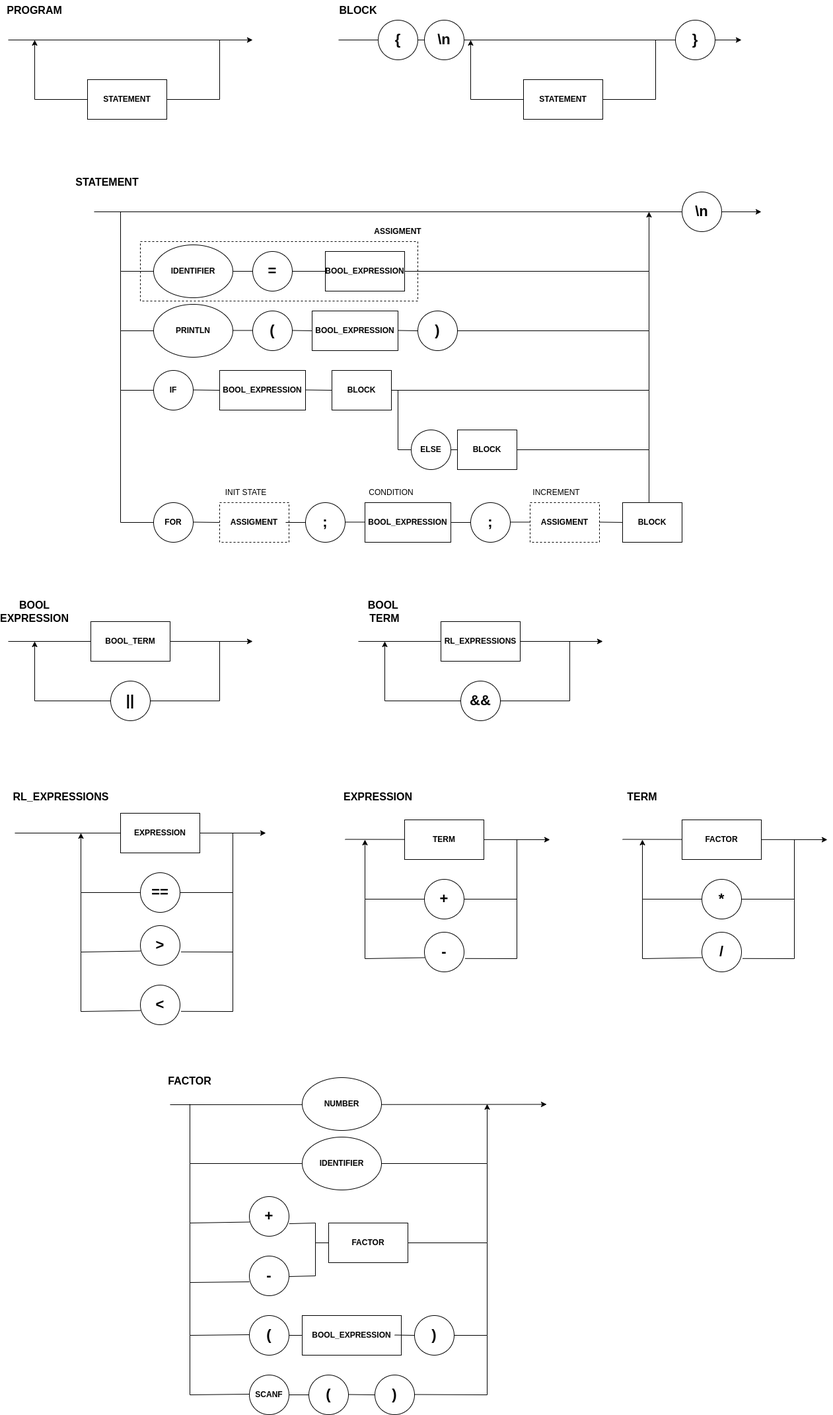
Before: Diagrama_v2-2.png, a diagram exported from draw.io (leticiacb1/Python-Compile-Go). Source tidied: cells renumbered, new cells last; positions are measured from the earlier drawing's top-left corner, leaving out a move shared by most shapes.
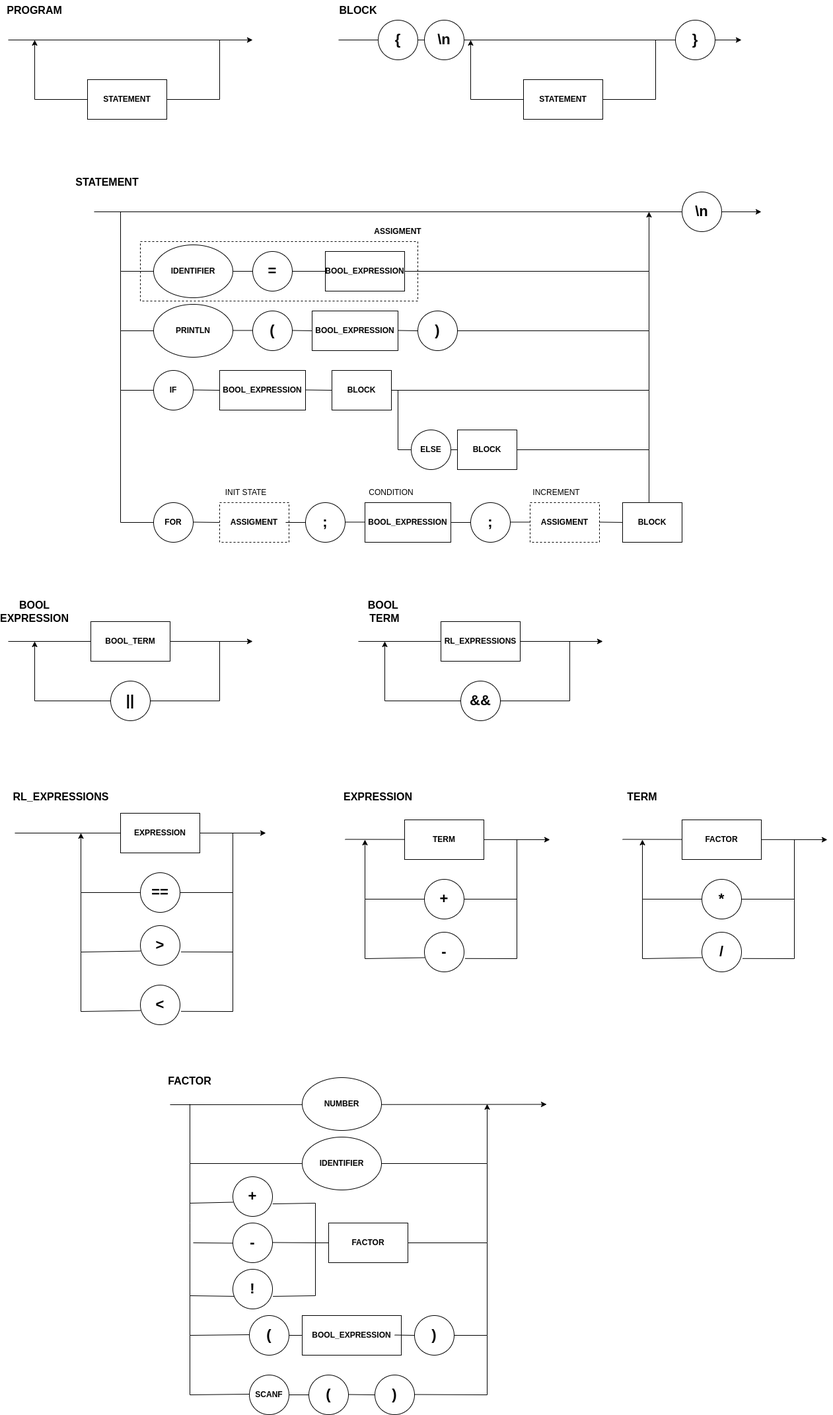
After the change.

Commit message:
Update test file compiler. Everything working.

Diff of the diagram source:
```diff
@@ -144,12 +144,13 @@
       <mxGeometry relative="1" as="geometry">
         <mxPoint x="275" y="1760" as="targetPoint" />
         <Array as="points">
+          <mxPoint x="275" y="1820" />
           <mxPoint x="275" y="1850" />
         </Array>
       </mxGeometry>
     </mxCell>
     <mxCell id="28" value="&lt;font style=&quot;font-size: 22px;&quot;&gt;&lt;b&gt;+&lt;/b&gt;&lt;/font&gt;" style="ellipse;whiteSpace=wrap;html=1;" parent="1" vertex="1">
-      <mxGeometry x="365" y="1810" width="60" height="60" as="geometry" />
+      <mxGeometry x="340" y="1780" width="60" height="60" as="geometry" />
     </mxCell>
     <mxCell id="29" value="&lt;b&gt;&lt;font style=&quot;font-size: 16px;&quot;&gt;FACTOR&lt;/font&gt;&lt;/b&gt;" style="text;html=1;strokeColor=none;fillColor=none;align=center;verticalAlign=middle;whiteSpace=wrap;rounded=0;" parent="1" vertex="1">
       <mxGeometry x="245" y="1620" width="60" height="30" as="geometry" />
@@ -183,14 +184,13 @@
       </mxGeometry>
     </mxCell>
     <mxCell id="35" value="&lt;font style=&quot;font-size: 22px;&quot;&gt;&lt;b&gt;-&lt;/b&gt;&lt;/font&gt;" style="ellipse;whiteSpace=wrap;html=1;" parent="1" vertex="1">
-      <mxGeometry x="365" y="1900" width="60" height="60" as="geometry" />
+      <mxGeometry x="340" y="1850" width="60" height="60" as="geometry" />
     </mxCell>
-    <mxCell id="36" style="endArrow=none;html=1;rounded=0;exitX=0.004;exitY=0.642;exitDx=0;exitDy=0;exitPerimeter=0;" parent="1" edge="1">
+    <mxCell id="36" style="endArrow=none;html=1;rounded=0;exitX=0.078;exitY=0.683;exitDx=0;exitDy=0;exitPerimeter=0;" parent="1" edge="1" source="138">
       <mxGeometry relative="1" as="geometry">
-        <mxPoint x="365" y="1939" as="sourcePoint" />
         <mxPoint x="275" y="1850" as="targetPoint" />
         <Array as="points">
-          <mxPoint x="275" y="1940" />
+          <mxPoint x="275" y="1960" />
         </Array>
       </mxGeometry>
     </mxCell>
@@ -200,16 +200,15 @@
     <mxCell id="38" style="endArrow=none;html=1;rounded=0;entryX=0;entryY=0.5;entryDx=0;entryDy=0;exitX=1.004;exitY=0.684;exitDx=0;exitDy=0;exitPerimeter=0;" parent="1" edge="1" source="28" target="37">
       <mxGeometry relative="1" as="geometry">
         <Array as="points">
-          <mxPoint x="465" y="1850" />
+          <mxPoint x="465" y="1820" />
           <mxPoint x="465" y="1880" />
         </Array>
       </mxGeometry>
     </mxCell>
-    <mxCell id="39" style="endArrow=none;html=1;rounded=0;entryX=0;entryY=0.5;entryDx=0;entryDy=0;exitX=1.004;exitY=0.684;exitDx=0;exitDy=0;exitPerimeter=0;" parent="1" edge="1" target="37">
+    <mxCell id="39" style="endArrow=none;html=1;rounded=0;entryX=0;entryY=0.5;entryDx=0;entryDy=0;exitX=1.011;exitY=0.683;exitDx=0;exitDy=0;exitPerimeter=0;" parent="1" edge="1" source="138" target="37">
       <mxGeometry relative="1" as="geometry">
-        <mxPoint x="425" y="1931" as="sourcePoint" />
         <Array as="points">
-          <mxPoint x="465" y="1930" />
+          <mxPoint x="465" y="1960" />
           <mxPoint x="465" y="1880" />
         </Array>
       </mxGeometry>
@@ -713,5 +712,20 @@
         </Array>
       </mxGeometry>
     </mxCell>
+    <mxCell id="138" value="&lt;font style=&quot;font-size: 22px;&quot;&gt;&lt;b&gt;!&lt;/b&gt;&lt;/font&gt;" style="ellipse;whiteSpace=wrap;html=1;" parent="1" vertex="1">
+      <mxGeometry x="340" y="1920" width="60" height="60" as="geometry" />
+    </mxCell>
+    <mxCell id="139" style="endArrow=none;html=1;rounded=0;exitX=0.078;exitY=0.683;exitDx=0;exitDy=0;exitPerimeter=0;" parent="1" edge="1">
+      <mxGeometry relative="1" as="geometry">
+        <mxPoint x="340" y="1880.5" as="sourcePoint" />
+        <mxPoint x="280" y="1880" as="targetPoint" />
+      </mxGeometry>
+    </mxCell>
+    <mxCell id="140" style="endArrow=none;html=1;rounded=0;" parent="1" edge="1">
+      <mxGeometry relative="1" as="geometry">
+        <mxPoint x="470" y="1880" as="sourcePoint" />
+        <mxPoint x="400" y="1879.5" as="targetPoint" />
+      </mxGeometry>
+    </mxCell>
   </root>
 </mxGraphModel>
```
